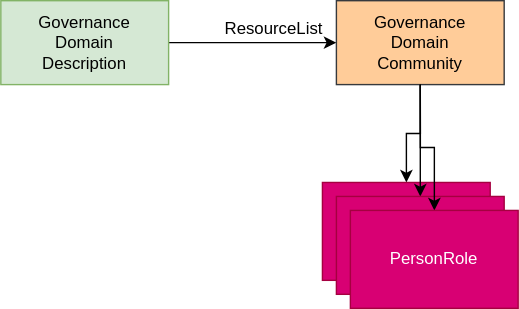
This is site/docs/guides/planning/governance-program/governance-domain-community.svg from odpi/egeria-docs, a draw.io export, as it was before one commit. Source tidied: cells renumbered, new cells last; positions are measured from the earlier drawing's top-left corner, leaving out a move shared by most shapes.
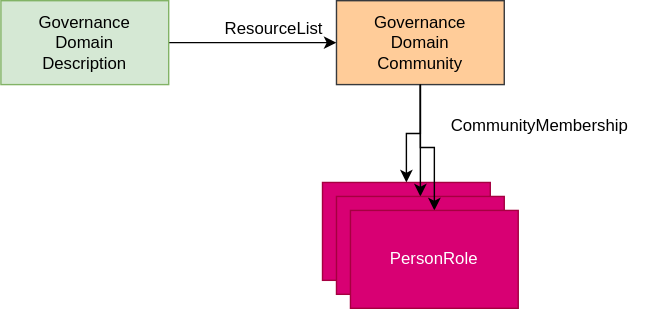
The same diagram one commit later.

The edit, as a diff of the source:
```diff
@@ -32,5 +32,8 @@
     <mxCell id="11" value="ResourceList" style="text;html=1;align=center;verticalAlign=middle;strokeColor=none;fillColor=none;fontColor=#000000;" parent="1" vertex="1">
       <mxGeometry x="150" y="10" width="90" height="20" as="geometry" />
     </mxCell>
+    <mxCell id="12" value="CommunityMembership" style="text;html=1;align=center;verticalAlign=middle;strokeColor=none;fillColor=none;" parent="1" vertex="1">
+      <mxGeometry x="310" y="75" width="150" height="30" as="geometry" />
+    </mxCell>
   </root>
 </mxGraphModel>
```
